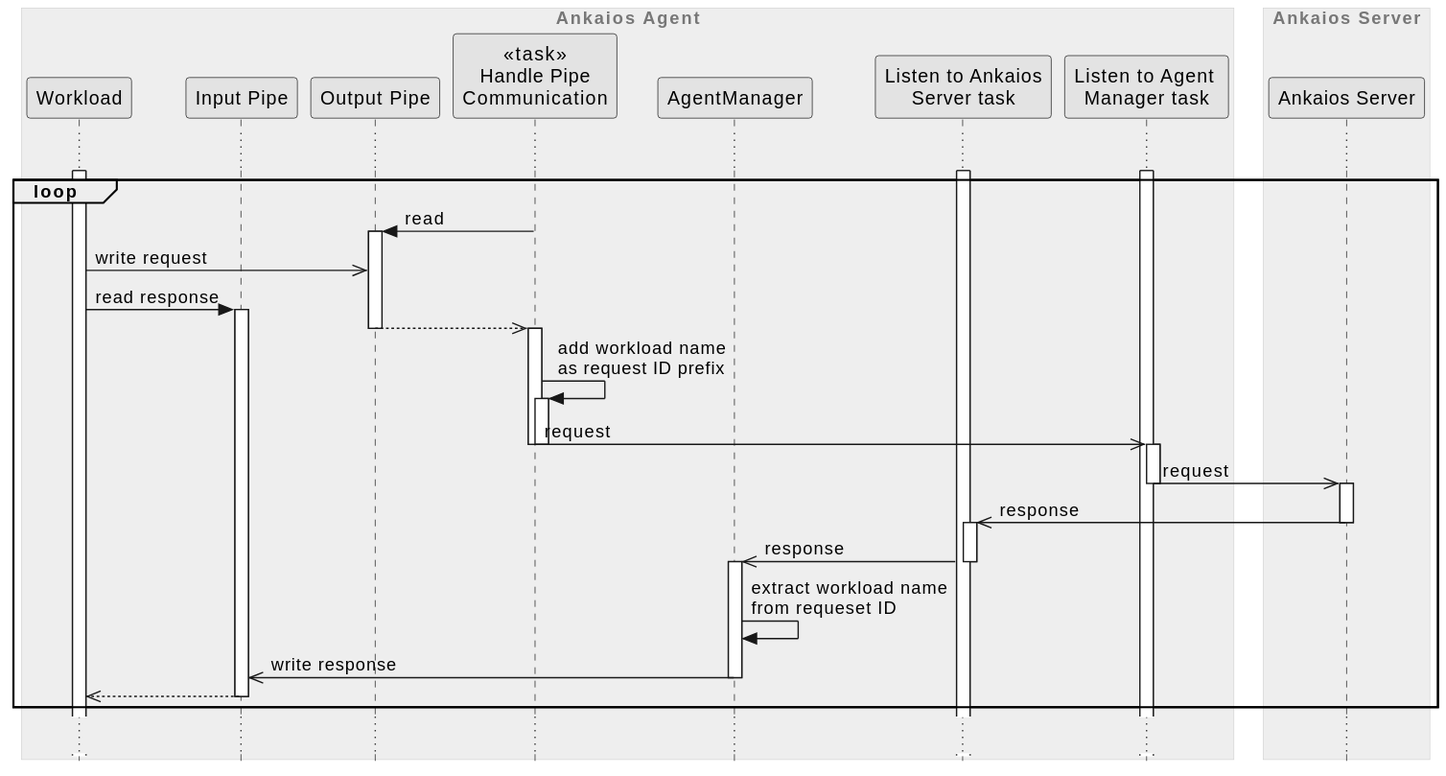
Before: agent/doc/swdesign/plantuml/seq_control_interface.svg, a diagram exported from PlantUML (eclipse-ankaios/ankaios).
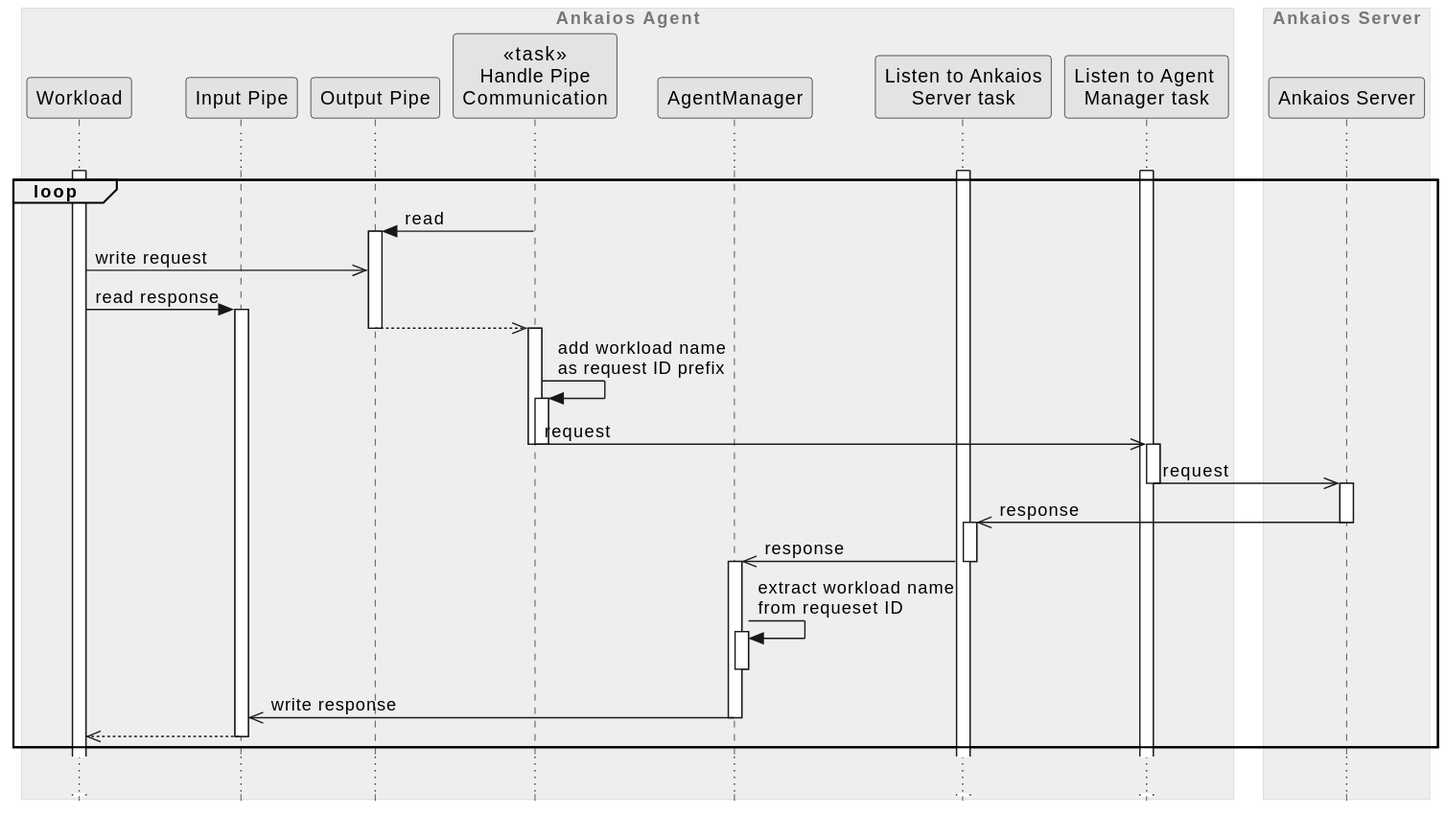
After the commit.

Commit message:
Fix lifetimes of control interface seq diagram

What changed in the source:
```diff
@@ -39,8 +39,9 @@
 listen_to_manager ->> server--++: request
 server ->> listen_to_server--++: response
 listen_to_server ->> manager--++: response
-manager -> manager: extract workload name\nfrom requeset ID
-manager ->> input--: write response
+manager -> manager ++: extract workload name\nfrom requeset ID
+deactivate manager
+manager ->> input --: write response
 workload <<-- input--
 end
 
```
